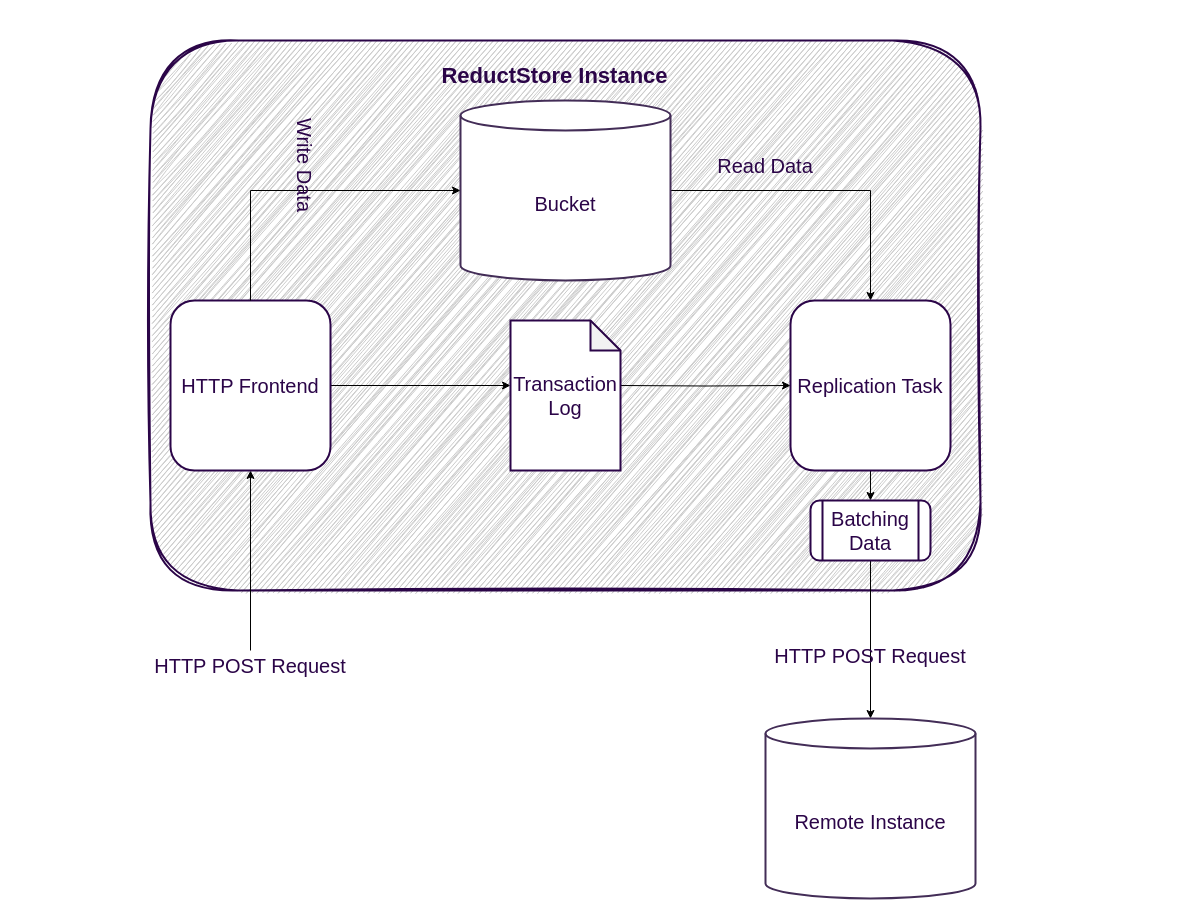
This is versioned_docs/version-1.12.x/guides/img/data_replication_diagram.png from reductstore/website, a draw.io export, as it was before one commit. Source tidied: cells renumbered, new cells last; positions are measured from the earlier drawing's top-left corner, leaving out a move shared by most shapes. The source it was exported from:
```xml
<mxGraphModel>
  <root>
    <mxCell id="0" />
    <mxCell id="1" parent="0" />
    <mxCell id="2" style="rounded=0;whiteSpace=wrap;html=1;labelBackgroundColor=none;strokeColor=none;fontColor=#2B0548;fillColor=default;strokeWidth=2;align=left;fontSize=24;verticalAlign=top;" parent="1" vertex="1">
      <mxGeometry width="1190" height="920" as="geometry" />
    </mxCell>
    <mxCell id="3" value="ReductStore Instance" style="rounded=1;whiteSpace=wrap;hachureGap=4;fontFamily=Helvetica;fontSize=22;strokeColor=#2B0548;strokeWidth=2;align=center;verticalAlign=top;fontColor=#2B0548;spacingRight=21;spacingLeft=0;spacingBottom=2;spacingTop=16;fontStyle=1;arcSize=16;fillColor=#CCCCCC;sketch=1;curveFitting=1;jiggle=2;" parent="1" vertex="1">
      <mxGeometry x="150" y="40" width="830" height="550" as="geometry" />
    </mxCell>
    <mxCell id="4" style="edgeStyle=orthogonalEdgeStyle;rounded=0;jettySize=auto;html=1;" parent="1" edge="1" source="5" target="11">
      <mxGeometry relative="1" as="geometry" />
    </mxCell>
    <mxCell id="5" value="Bucket" style="shape=cylinder3;whiteSpace=wrap;html=1;boundedLbl=1;backgroundOutline=1;size=15;labelBackgroundColor=none;fontSize=20;fillColor=#FFFFFF;strokeColor=#432D57;rounded=1;fontColor=#2B0548;strokeWidth=2;" parent="1" vertex="1">
      <mxGeometry x="460" y="100" width="210" height="180" as="geometry" />
    </mxCell>
    <mxCell id="6" style="edgeStyle=orthogonalEdgeStyle;rounded=0;jettySize=auto;html=1;" parent="1" edge="1" source="8">
      <mxGeometry relative="1" as="geometry">
        <mxPoint x="510" y="385" as="targetPoint" />
      </mxGeometry>
    </mxCell>
    <mxCell id="7" style="edgeStyle=orthogonalEdgeStyle;rounded=0;jettySize=auto;html=1;fontFamily=Helvetica;fontSize=20;fontColor=#2B0548;endArrow=none;endFill=0;startArrow=classic;startFill=1;" parent="1" edge="1" source="8" target="16">
      <mxGeometry relative="1" as="geometry" />
    </mxCell>
    <mxCell id="8" value="HTTP Frontend" style="rounded=1;whiteSpace=wrap;html=1;labelBackgroundColor=none;fontSize=20;align=center;verticalAlign=middle;fontColor=#2B0548;fillColor=#FFFFFF;strokeColor=#2B0548;strokeWidth=2;" parent="1" vertex="1">
      <mxGeometry x="170" y="300" width="160" height="170" as="geometry" />
    </mxCell>
    <mxCell id="9" style="edgeStyle=orthogonalEdgeStyle;rounded=0;jettySize=auto;html=1;" parent="1" edge="1" source="8">
      <mxGeometry relative="1" as="geometry">
        <mxPoint x="460" y="190" as="targetPoint" />
        <Array as="points">
          <mxPoint x="250" y="190" />
          <mxPoint x="460" y="190" />
        </Array>
      </mxGeometry>
    </mxCell>
    <mxCell id="10" style="edgeStyle=orthogonalEdgeStyle;rounded=0;jettySize=auto;html=1;fontFamily=Helvetica;fontSize=20;fontColor=#2B0548;" parent="1" edge="1" source="11" target="15">
      <mxGeometry relative="1" as="geometry" />
    </mxCell>
    <mxCell id="11" value="Replication Task" style="rounded=1;whiteSpace=wrap;html=1;labelBackgroundColor=none;fontSize=20;align=center;verticalAlign=middle;fontColor=#2B0548;fillColor=#FFFFFF;strokeColor=#2B0548;strokeWidth=2;" parent="1" vertex="1">
      <mxGeometry x="790" y="300" width="160" height="170" as="geometry" />
    </mxCell>
    <mxCell id="12" style="edgeStyle=orthogonalEdgeStyle;rounded=0;jettySize=auto;html=1;" parent="1" edge="1" target="11">
      <mxGeometry relative="1" as="geometry">
        <mxPoint x="620" y="385" as="sourcePoint" />
      </mxGeometry>
    </mxCell>
    <mxCell id="13" value="Transaction Log" style="shape=note;whiteSpace=wrap;html=1;backgroundOutline=1;darkOpacity=0.05;rounded=1;labelBackgroundColor=none;strokeColor=#2B0548;strokeWidth=2;align=center;verticalAlign=middle;fontFamily=Helvetica;fontSize=20;fontColor=#2B0548;fillColor=#FFFFFF;" parent="1" vertex="1">
      <mxGeometry x="510" y="320" width="110" height="150" as="geometry" />
    </mxCell>
    <mxCell id="14" style="edgeStyle=orthogonalEdgeStyle;rounded=0;jettySize=auto;html=1;fontFamily=Helvetica;fontSize=20;fontColor=#2B0548;" parent="1" edge="1" source="15" target="17">
      <mxGeometry relative="1" as="geometry" />
    </mxCell>
    <mxCell id="15" value="Batching Data" style="shape=process;whiteSpace=wrap;html=1;backgroundOutline=1;rounded=1;labelBackgroundColor=none;strokeColor=#2B0548;strokeWidth=2;align=center;verticalAlign=middle;fontFamily=Helvetica;fontSize=20;fontColor=#2B0548;fillColor=#FFFFFF;" parent="1" vertex="1">
      <mxGeometry x="810" y="500" width="120" height="60" as="geometry" />
    </mxCell>
    <mxCell id="16" value="HTTP POST Request" style="text;html=1;strokeColor=none;fillColor=none;align=center;verticalAlign=middle;whiteSpace=wrap;rounded=0;fontSize=20;fontFamily=Helvetica;fontColor=#2B0548;" parent="1" vertex="1">
      <mxGeometry x="135" y="650" width="230" height="30" as="geometry" />
    </mxCell>
    <mxCell id="17" value="Remote Instance" style="shape=cylinder3;whiteSpace=wrap;html=1;boundedLbl=1;backgroundOutline=1;size=15;labelBackgroundColor=none;fontSize=20;fillColor=#FFFFFF;strokeColor=#432D57;rounded=1;fontColor=#2B0548;strokeWidth=2;" parent="1" vertex="1">
      <mxGeometry x="765" y="718" width="210" height="180" as="geometry" />
    </mxCell>
    <mxCell id="18" value="HTTP POST Request" style="text;html=1;strokeColor=none;fillColor=none;align=center;verticalAlign=middle;whiteSpace=wrap;rounded=0;fontSize=20;fontFamily=Helvetica;fontColor=#2B0548;" parent="1" vertex="1">
      <mxGeometry x="755" y="640" width="230" height="30" as="geometry" />
    </mxCell>
    <mxCell id="19" value="Write Data" style="text;html=1;strokeColor=none;fillColor=none;align=center;verticalAlign=middle;whiteSpace=wrap;rounded=0;fontSize=20;fontFamily=Helvetica;fontColor=#2B0548;rotation=90;" parent="1" vertex="1">
      <mxGeometry x="190" y="150" width="230" height="30" as="geometry" />
    </mxCell>
    <mxCell id="20" value="Read Data" style="text;html=1;strokeColor=none;fillColor=none;align=center;verticalAlign=middle;whiteSpace=wrap;rounded=0;fontSize=20;fontFamily=Helvetica;fontColor=#2B0548;" parent="1" vertex="1">
      <mxGeometry x="650" y="150" width="230" height="30" as="geometry" />
    </mxCell>
  </root>
</mxGraphModel>
```
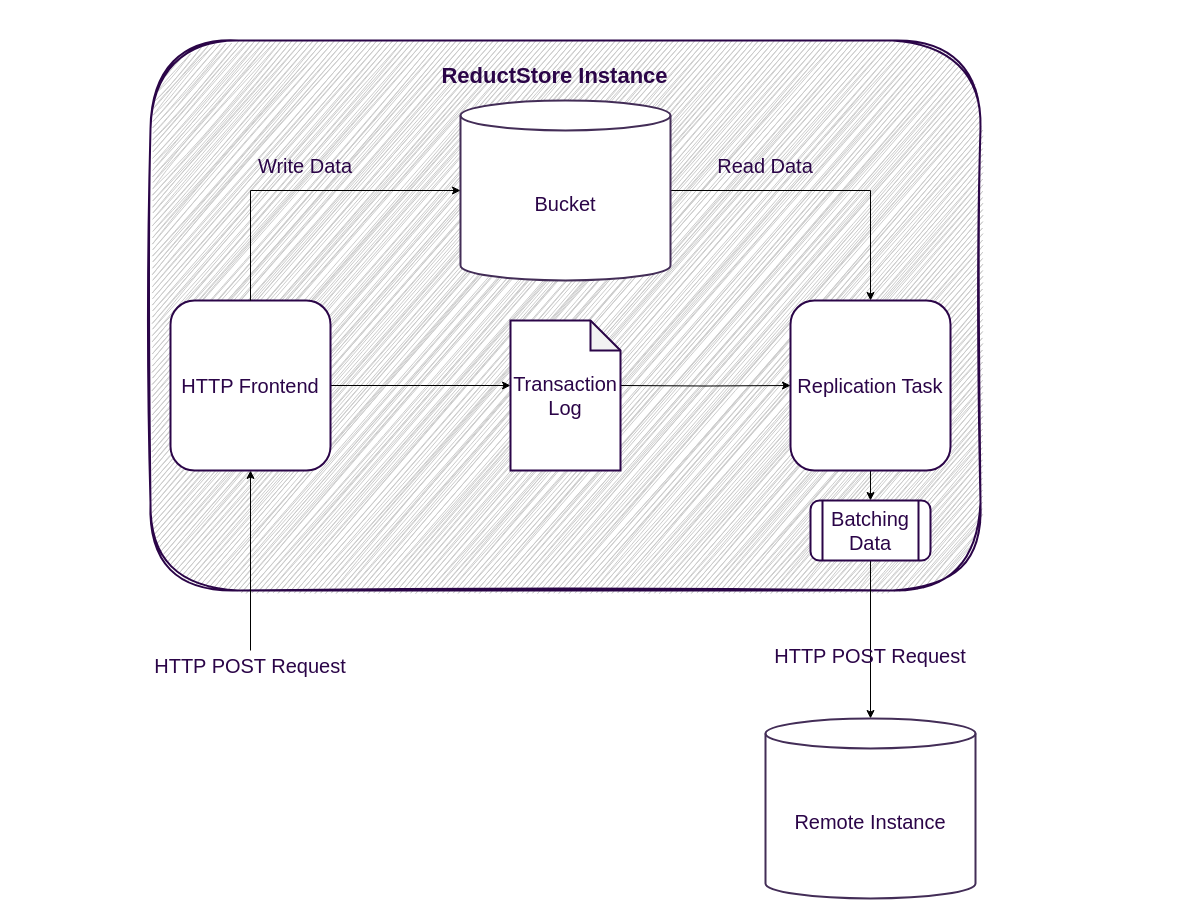
The same file after the commit.

Diff of the diagram source:
```diff
@@ -63,7 +63,7 @@
     <mxCell id="18" value="HTTP POST Request" style="text;html=1;strokeColor=none;fillColor=none;align=center;verticalAlign=middle;whiteSpace=wrap;rounded=0;fontSize=20;fontFamily=Helvetica;fontColor=#2B0548;" parent="1" vertex="1">
       <mxGeometry x="755" y="640" width="230" height="30" as="geometry" />
     </mxCell>
-    <mxCell id="19" value="Write Data" style="text;html=1;strokeColor=none;fillColor=none;align=center;verticalAlign=middle;whiteSpace=wrap;rounded=0;fontSize=20;fontFamily=Helvetica;fontColor=#2B0548;rotation=90;" parent="1" vertex="1">
+    <mxCell id="19" value="Write Data" style="text;html=1;strokeColor=none;fillColor=none;align=center;verticalAlign=middle;whiteSpace=wrap;rounded=0;fontSize=20;fontFamily=Helvetica;fontColor=#2B0548;" parent="1" vertex="1">
       <mxGeometry x="190" y="150" width="230" height="30" as="geometry" />
     </mxCell>
     <mxCell id="20" value="Read Data" style="text;html=1;strokeColor=none;fillColor=none;align=center;verticalAlign=middle;whiteSpace=wrap;rounded=0;fontSize=20;fontFamily=Helvetica;fontColor=#2B0548;" parent="1" vertex="1">
```
